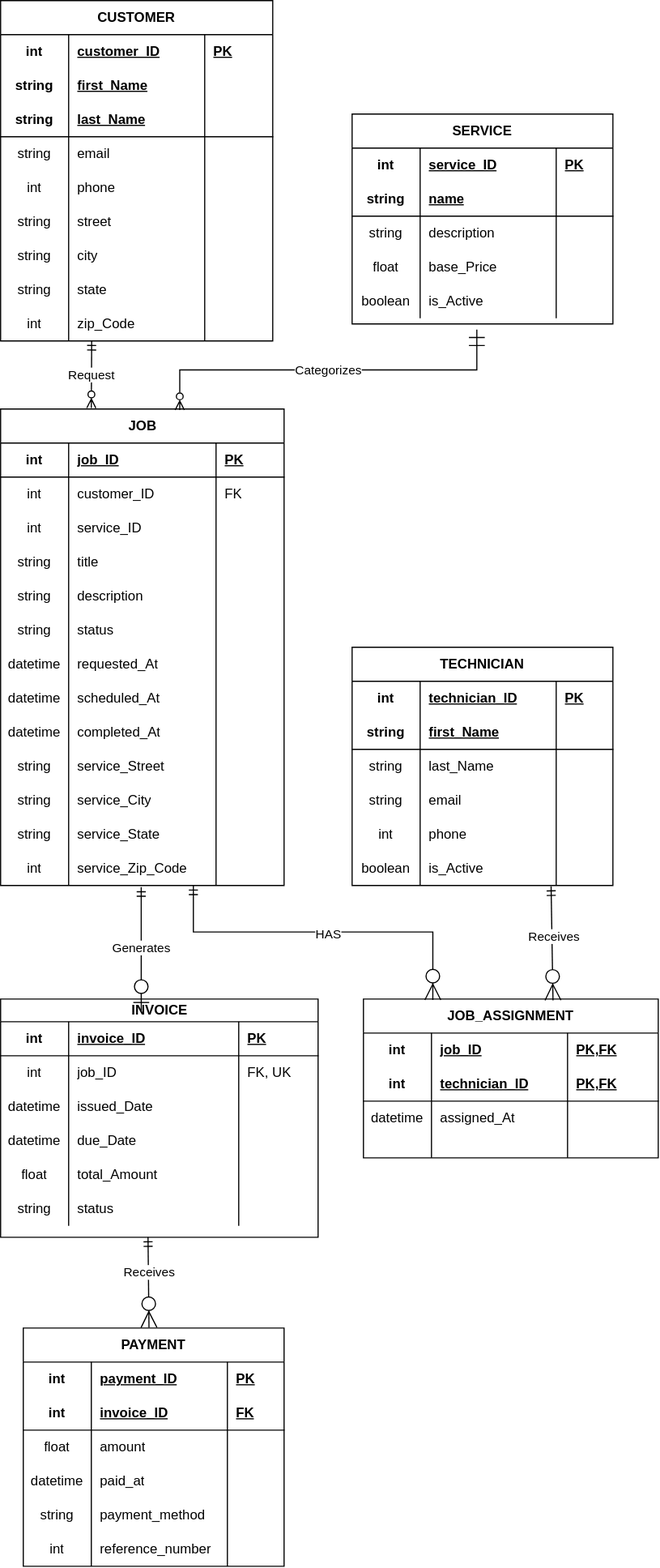
The draw.io diagram docs/architecture/ERD.svg in JimmyCedil/group-12-service-platform, before a commit. Source tidied: cells renumbered, new cells last; positions are measured from the earlier drawing's top-left corner, leaving out a move shared by most shapes.
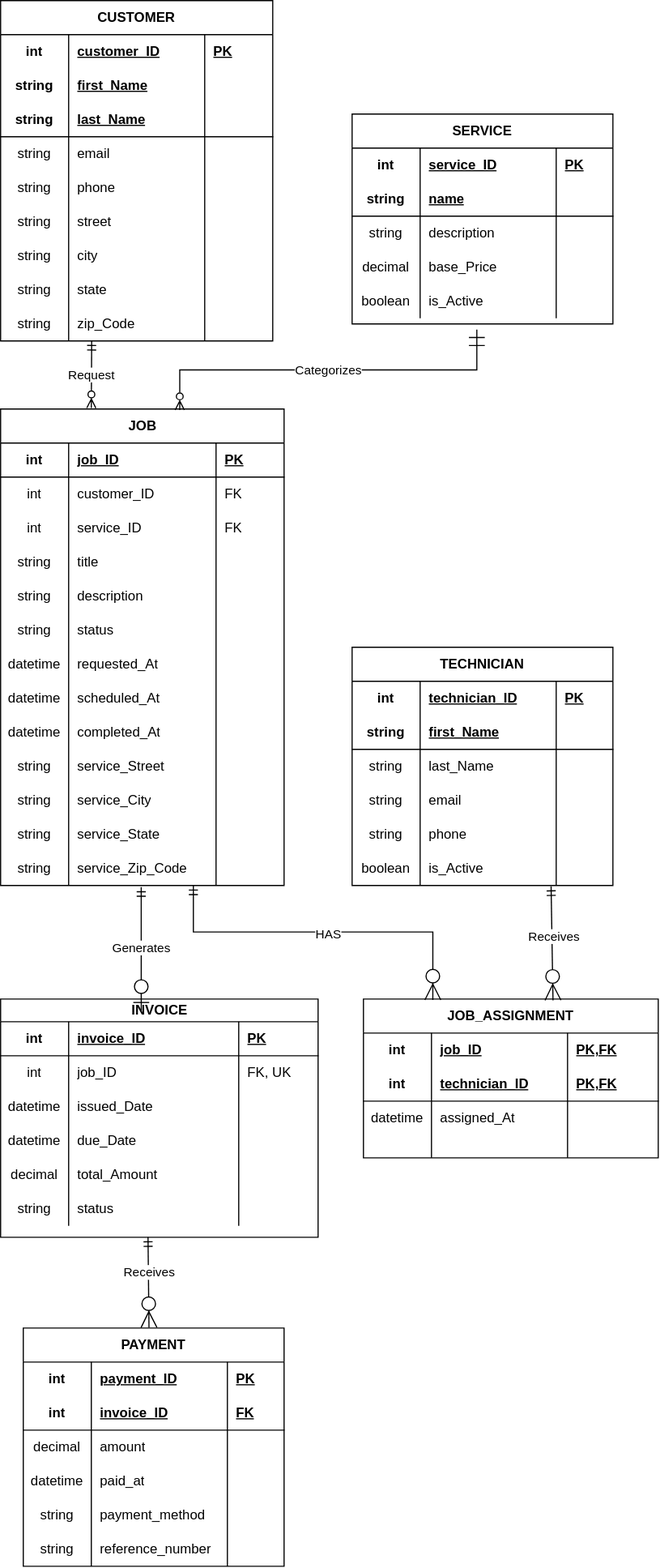
Above is the later version.

Commit message:
Correct ERD foreign key label and field types

Diff of the diagram source:
```diff
@@ -56,7 +56,7 @@
     <mxCell id="19" style="shape=tableRow;horizontal=0;startSize=0;swimlaneHead=0;swimlaneBody=0;fillColor=none;top=0;left=0;right=0;bottom=0;html=1;" parent="2" vertex="1">
       <mxGeometry y="150" width="240" height="30" as="geometry" />
     </mxCell>
-    <mxCell id="20" value="int" style="shape=partialRectangle;fillColor=none;top=0;left=0;bottom=0;right=0;overflow=hidden;html=1;whiteSpace=wrap;" parent="19" vertex="1">
+    <mxCell id="20" value="string" style="shape=partialRectangle;fillColor=none;top=0;left=0;bottom=0;right=0;overflow=hidden;html=1;whiteSpace=wrap;" parent="19" vertex="1">
       <mxGeometry width="60" height="30" as="geometry" />
     </mxCell>
     <mxCell id="21" value="phone" style="shape=partialRectangle;fillColor=none;top=0;left=0;bottom=0;right=0;align=left;spacingLeft=6;overflow=hidden;html=1;whiteSpace=wrap;" parent="19" vertex="1">
@@ -104,7 +104,7 @@
     <mxCell id="35" style="shape=tableRow;horizontal=0;startSize=0;swimlaneHead=0;swimlaneBody=0;fillColor=none;top=0;left=0;right=0;bottom=0;html=1;" parent="2" vertex="1">
       <mxGeometry y="270" width="240" height="30" as="geometry" />
     </mxCell>
-    <mxCell id="36" value="int" style="shape=partialRectangle;fillColor=none;top=0;left=0;bottom=0;right=0;overflow=hidden;html=1;whiteSpace=wrap;" parent="35" vertex="1">
+    <mxCell id="36" value="string" style="shape=partialRectangle;fillColor=none;top=0;left=0;bottom=0;right=0;overflow=hidden;html=1;whiteSpace=wrap;" parent="35" vertex="1">
       <mxGeometry width="60" height="30" as="geometry" />
     </mxCell>
     <mxCell id="37" value="zip_Code" style="shape=partialRectangle;fillColor=none;top=0;left=0;bottom=0;right=0;align=left;spacingLeft=6;overflow=hidden;html=1;whiteSpace=wrap;" parent="35" vertex="1">
@@ -149,7 +149,7 @@
     <mxCell id="50" value="service_ID" style="shape=partialRectangle;fillColor=none;top=0;left=0;bottom=0;right=0;align=left;spacingLeft=6;overflow=hidden;whiteSpace=wrap;html=1;" parent="48" vertex="1">
       <mxGeometry x="60" width="130" height="30" as="geometry" />
     </mxCell>
-    <mxCell id="51" style="shape=partialRectangle;fillColor=none;top=0;left=0;bottom=0;right=0;align=left;spacingLeft=6;overflow=hidden;whiteSpace=wrap;html=1;" parent="48" vertex="1">
+    <mxCell id="51" value="FK" style="shape=partialRectangle;fillColor=none;top=0;left=0;bottom=0;right=0;align=left;spacingLeft=6;overflow=hidden;whiteSpace=wrap;html=1;" parent="48" vertex="1">
       <mxGeometry x="190" width="60" height="30" as="geometry" />
     </mxCell>
     <mxCell id="52" style="shape=tableRow;horizontal=0;startSize=0;swimlaneHead=0;swimlaneBody=0;fillColor=none;top=0;left=0;right=0;bottom=0;" parent="39" vertex="1">
@@ -263,7 +263,7 @@
     <mxCell id="88" style="shape=tableRow;horizontal=0;startSize=0;swimlaneHead=0;swimlaneBody=0;fillColor=none;points=[[0,0.5],[1,0.5]];portConstraint=eastwest;top=0;left=0;right=0;bottom=0;" parent="39" vertex="1">
       <mxGeometry y="390" width="250" height="30" as="geometry" />
     </mxCell>
-    <mxCell id="89" value="int" style="shape=partialRectangle;fillColor=none;top=0;left=0;bottom=0;right=0;overflow=hidden;whiteSpace=wrap;html=1;" parent="88" vertex="1">
+    <mxCell id="89" value="string" style="shape=partialRectangle;fillColor=none;top=0;left=0;bottom=0;right=0;overflow=hidden;whiteSpace=wrap;html=1;" parent="88" vertex="1">
       <mxGeometry width="60" height="30" as="geometry" />
     </mxCell>
     <mxCell id="90" value="service_Zip_Code" style="shape=partialRectangle;fillColor=none;top=0;left=0;bottom=0;right=0;align=left;spacingLeft=6;overflow=hidden;whiteSpace=wrap;html=1;" parent="88" vertex="1">
@@ -314,7 +314,7 @@
     <mxCell id="105" style="shape=tableRow;horizontal=0;startSize=0;swimlaneHead=0;swimlaneBody=0;fillColor=none;top=0;left=0;right=0;bottom=0;html=1;" parent="92" vertex="1">
       <mxGeometry y="120" width="230" height="30" as="geometry" />
     </mxCell>
-    <mxCell id="106" value="float" style="shape=partialRectangle;fillColor=none;top=0;left=0;bottom=0;right=0;overflow=hidden;html=1;whiteSpace=wrap;" parent="105" vertex="1">
+    <mxCell id="106" value="decimal" style="shape=partialRectangle;fillColor=none;top=0;left=0;bottom=0;right=0;overflow=hidden;html=1;whiteSpace=wrap;" parent="105" vertex="1">
       <mxGeometry width="60" height="30" as="geometry" />
     </mxCell>
     <mxCell id="107" value="base_Price" style="shape=partialRectangle;fillColor=none;top=0;left=0;bottom=0;right=0;align=left;spacingLeft=6;overflow=hidden;html=1;whiteSpace=wrap;" parent="105" vertex="1">
@@ -400,7 +400,7 @@
     <mxCell id="132" style="shape=tableRow;horizontal=0;startSize=0;swimlaneHead=0;swimlaneBody=0;fillColor=none;top=0;left=0;right=0;bottom=0;" parent="115" vertex="1">
       <mxGeometry y="140" width="280" height="30" as="geometry" />
     </mxCell>
-    <mxCell id="133" value="float" style="shape=partialRectangle;fillColor=none;top=0;left=0;bottom=0;right=0;overflow=hidden;whiteSpace=wrap;html=1;" parent="132" vertex="1">
+    <mxCell id="133" value="decimal" style="shape=partialRectangle;fillColor=none;top=0;left=0;bottom=0;right=0;overflow=hidden;whiteSpace=wrap;html=1;" parent="132" vertex="1">
       <mxGeometry width="60" height="30" as="geometry" />
     </mxCell>
     <mxCell id="134" value="total_Amount" style="shape=partialRectangle;fillColor=none;top=0;left=0;bottom=0;right=0;align=left;spacingLeft=6;overflow=hidden;whiteSpace=wrap;html=1;" parent="132" vertex="1">
@@ -478,7 +478,7 @@
     <mxCell id="158" style="shape=tableRow;horizontal=0;startSize=0;swimlaneHead=0;swimlaneBody=0;fillColor=none;top=0;left=0;right=0;bottom=0;html=1;" parent="141" vertex="1">
       <mxGeometry y="150" width="230" height="30" as="geometry" />
     </mxCell>
-    <mxCell id="159" value="int" style="shape=partialRectangle;fillColor=none;top=0;left=0;bottom=0;right=0;overflow=hidden;html=1;whiteSpace=wrap;" parent="158" vertex="1">
+    <mxCell id="159" value="string" style="shape=partialRectangle;fillColor=none;top=0;left=0;bottom=0;right=0;overflow=hidden;html=1;whiteSpace=wrap;" parent="158" vertex="1">
       <mxGeometry width="60" height="30" as="geometry" />
     </mxCell>
     <mxCell id="160" value="phone" style="shape=partialRectangle;fillColor=none;top=0;left=0;bottom=0;right=0;align=left;spacingLeft=6;overflow=hidden;html=1;whiteSpace=wrap;" parent="158" vertex="1">
@@ -599,7 +599,7 @@
     <mxCell id="196" style="shape=tableRow;horizontal=0;startSize=0;swimlaneHead=0;swimlaneBody=0;fillColor=none;top=0;left=0;right=0;bottom=0;html=1;" parent="187" vertex="1">
       <mxGeometry y="90" width="230" height="30" as="geometry" />
     </mxCell>
-    <mxCell id="197" value="float" style="shape=partialRectangle;fillColor=none;top=0;left=0;bottom=0;right=0;overflow=hidden;html=1;whiteSpace=wrap;" parent="196" vertex="1">
+    <mxCell id="197" value="decimal" style="shape=partialRectangle;fillColor=none;top=0;left=0;bottom=0;right=0;overflow=hidden;html=1;whiteSpace=wrap;" parent="196" vertex="1">
       <mxGeometry width="60" height="30" as="geometry" />
     </mxCell>
     <mxCell id="198" value="amount" style="shape=partialRectangle;fillColor=none;top=0;left=0;bottom=0;right=0;align=left;spacingLeft=6;overflow=hidden;html=1;whiteSpace=wrap;" parent="196" vertex="1">
@@ -635,7 +635,7 @@
     <mxCell id="208" style="shape=tableRow;horizontal=0;startSize=0;swimlaneHead=0;swimlaneBody=0;fillColor=none;top=0;left=0;right=0;bottom=0;html=1;" parent="187" vertex="1">
       <mxGeometry y="180" width="230" height="30" as="geometry" />
     </mxCell>
-    <mxCell id="209" value="int" style="shape=partialRectangle;fillColor=none;top=0;left=0;bottom=0;right=0;overflow=hidden;html=1;whiteSpace=wrap;" parent="208" vertex="1">
+    <mxCell id="209" value="string" style="shape=partialRectangle;fillColor=none;top=0;left=0;bottom=0;right=0;overflow=hidden;html=1;whiteSpace=wrap;" parent="208" vertex="1">
       <mxGeometry width="60" height="30" as="geometry" />
     </mxCell>
     <mxCell id="210" value="reference_number" style="shape=partialRectangle;fillColor=none;top=0;left=0;bottom=0;right=0;align=left;spacingLeft=6;overflow=hidden;html=1;whiteSpace=wrap;" parent="208" vertex="1">
```
